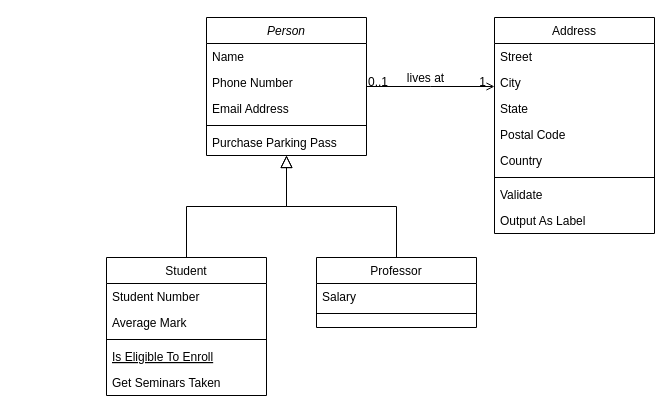
The draw.io diagram Diagrama sem nome.drawio in Isantos95/Isantos, before the edit. Source tidied: cells renumbered, new cells numbered last; positions are measured from the earlier drawing's top-left corner, leaving out a move shared by most shapes. Both pictures are drawn from the tidied source at 100%, with x=0, y=0 at pixel (106, 17).
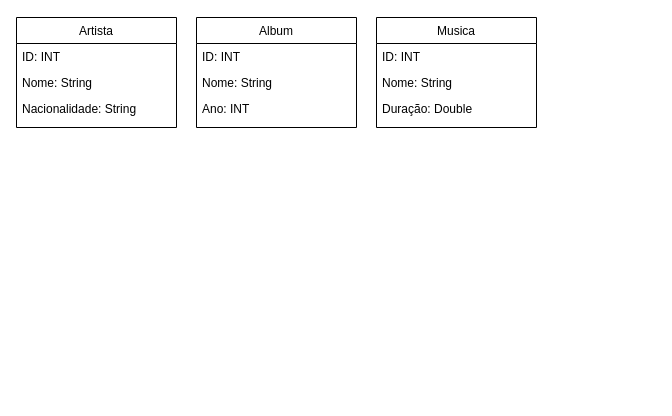
The same page after the edit.

The edit, as a diff of the source:
```diff
@@
-    <mxCell id="2" value="Person" style="swimlane;fontStyle=2;align=center;verticalAlign=top;horizontal=1;startSize=26;rounded=0;shadow=0;strokeWidth=1;" parent="1" vertex="1">
-      <mxGeometry x="100" width="160" height="138" as="geometry" />
+    <mxCell id="2" value="Artista" style="swimlane;fontStyle=0;align=center;verticalAlign=top;horizontal=1;startSize=26;rounded=0;shadow=0;strokeWidth=1;" parent="1" vertex="1">
+      <mxGeometry x="-90" width="160" height="110" as="geometry" />
     </mxCell>
-    <mxCell id="3" value="Name" style="text;align=left;verticalAlign=top;spacingLeft=4;spacingRight=4;overflow=hidden;" parent="2" vertex="1">
+    <mxCell id="3" value="ID: INT" style="text;align=left;verticalAlign=top;spacingLeft=4;spacingRight=4;overflow=hidden;" parent="2" vertex="1">
       <mxGeometry y="26" width="160" height="26" as="geometry" />
     </mxCell>
-    <mxCell id="4" value="Phone Number" style="text;align=left;verticalAlign=top;spacingLeft=4;spacingRight=4;overflow=hidden;rounded=0;shadow=0;html=0;" parent="2" vertex="1">
+    <mxCell id="4" value="Nome: String" style="text;align=left;verticalAlign=top;spacingLeft=4;spacingRight=4;overflow=hidden;rounded=0;shadow=0;html=0;" parent="2" vertex="1">
       <mxGeometry y="52" width="160" height="26" as="geometry" />
     </mxCell>
-    <mxCell id="5" value="Email Address" style="text;align=left;verticalAlign=top;spacingLeft=4;spacingRight=4;overflow=hidden;rounded=0;shadow=0;html=0;" parent="2" vertex="1">
+    <mxCell id="5" value="Nacionalidade: String" style="text;align=left;verticalAlign=top;spacingLeft=4;spacingRight=4;overflow=hidden;rounded=0;shadow=0;html=0;" parent="2" vertex="1">
       <mxGeometry y="78" width="160" height="26" as="geometry" />
     </mxCell>
-    <mxCell id="6" style="line;html=1;strokeWidth=1;align=left;verticalAlign=middle;spacingTop=-1;spacingLeft=3;spacingRight=3;labelPosition=right;" parent="2" vertex="1">
-      <mxGeometry y="104" width="160" height="8" as="geometry" />
-    </mxCell>
-    <mxCell id="7" value="Purchase Parking Pass" style="text;align=left;verticalAlign=top;spacingLeft=4;spacingRight=4;overflow=hidden;" parent="2" vertex="1">
-      <mxGeometry y="112" width="160" height="26" as="geometry" />
-    </mxCell>
-    <mxCell id="8" value="Student" style="swimlane;fontStyle=0;align=center;verticalAlign=top;horizontal=1;startSize=26;rounded=0;shadow=0;strokeWidth=1;" parent="1" vertex="1">
-      <mxGeometry y="240" width="160" height="138" as="geometry" />
+    <mxCell id="8" value="Album" style="swimlane;fontStyle=0;align=center;verticalAlign=top;horizontal=1;startSize=26;rounded=0;shadow=0;strokeWidth=1;" parent="1" vertex="1">
+      <mxGeometry x="90" width="160" height="110" as="geometry" />
     </mxCell>
-    <mxCell id="9" value="Student Number" style="text;align=left;verticalAlign=top;spacingLeft=4;spacingRight=4;overflow=hidden;" parent="8" vertex="1">
+    <mxCell id="9" value="ID: INT" style="text;align=left;verticalAlign=top;spacingLeft=4;spacingRight=4;overflow=hidden;" parent="8" vertex="1">
       <mxGeometry y="26" width="160" height="26" as="geometry" />
     </mxCell>
-    <mxCell id="10" value="Average Mark" style="text;align=left;verticalAlign=top;spacingLeft=4;spacingRight=4;overflow=hidden;rounded=0;shadow=0;html=0;" parent="8" vertex="1">
+    <mxCell id="10" value="Nome: String" style="text;align=left;verticalAlign=top;spacingLeft=4;spacingRight=4;overflow=hidden;rounded=0;shadow=0;html=0;" parent="8" vertex="1">
       <mxGeometry y="52" width="160" height="26" as="geometry" />
     </mxCell>
-    <mxCell id="11" style="line;html=1;strokeWidth=1;align=left;verticalAlign=middle;spacingTop=-1;spacingLeft=3;spacingRight=3;labelPosition=right;" parent="8" vertex="1">
-      <mxGeometry y="78" width="160" height="8" as="geometry" />
-    </mxCell>
-    <mxCell id="12" value="Is Eligible To Enroll" style="text;align=left;verticalAlign=top;spacingLeft=4;spacingRight=4;overflow=hidden;fontStyle=4;" parent="8" vertex="1">
-      <mxGeometry y="86" width="160" height="26" as="geometry" />
-    </mxCell>
-    <mxCell id="13" value="Get Seminars Taken" style="text;align=left;verticalAlign=top;spacingLeft=4;spacingRight=4;overflow=hidden;" parent="8" vertex="1">
-      <mxGeometry y="112" width="160" height="26" as="geometry" />
-    </mxCell>
-    <mxCell id="14" style="endArrow=block;endSize=10;endFill=0;shadow=0;strokeWidth=1;rounded=0;edgeStyle=elbowEdgeStyle;elbow=vertical;" parent="1" edge="1" source="8" target="2">
-      <mxGeometry relative="1" as="geometry" />
-    </mxCell>
-    <mxCell id="15" value="Professor" style="swimlane;fontStyle=0;align=center;verticalAlign=top;horizontal=1;startSize=26;rounded=0;shadow=0;strokeWidth=1;" parent="1" vertex="1">
-      <mxGeometry x="210" y="240" width="160" height="70" as="geometry" />
-    </mxCell>
-    <mxCell id="16" value="Salary" style="text;align=left;verticalAlign=top;spacingLeft=4;spacingRight=4;overflow=hidden;" parent="15" vertex="1">
-      <mxGeometry y="26" width="160" height="26" as="geometry" />
-    </mxCell>
-    <mxCell id="17" style="line;html=1;strokeWidth=1;align=left;verticalAlign=middle;spacingTop=-1;spacingLeft=3;spacingRight=3;labelPosition=right;" parent="15" vertex="1">
-      <mxGeometry y="52" width="160" height="8" as="geometry" />
-    </mxCell>
-    <mxCell id="18" style="endArrow=block;endSize=10;endFill=0;shadow=0;strokeWidth=1;rounded=0;edgeStyle=elbowEdgeStyle;elbow=vertical;" parent="1" edge="1" source="15" target="2">
-      <mxGeometry relative="1" as="geometry" />
-    </mxCell>
+    <mxCell id="32" value="Ano: INT" style="text;align=left;verticalAlign=top;spacingLeft=4;spacingRight=4;overflow=hidden;rounded=0;shadow=0;html=0;" parent="8" vertex="1">
+      <mxGeometry y="78" width="160" height="26" as="geometry" />
+    </mxCell>
-    <mxCell id="19" value="Address" style="swimlane;fontStyle=0;align=center;verticalAlign=top;horizontal=1;startSize=26;rounded=0;shadow=0;strokeWidth=1;" parent="1" vertex="1">
-      <mxGeometry x="388" width="160" height="216" as="geometry" />
+    <mxCell id="19" value="Musica" style="swimlane;fontStyle=0;align=center;verticalAlign=top;horizontal=1;startSize=26;rounded=0;shadow=0;strokeWidth=1;" parent="1" vertex="1">
+      <mxGeometry x="270" width="160" height="110" as="geometry" />
     </mxCell>
-    <mxCell id="20" value="Street" style="text;align=left;verticalAlign=top;spacingLeft=4;spacingRight=4;overflow=hidden;" parent="19" vertex="1">
+    <mxCell id="20" value="ID: INT" style="text;align=left;verticalAlign=top;spacingLeft=4;spacingRight=4;overflow=hidden;" parent="19" vertex="1">
       <mxGeometry y="26" width="160" height="26" as="geometry" />
     </mxCell>
-    <mxCell id="21" value="City" style="text;align=left;verticalAlign=top;spacingLeft=4;spacingRight=4;overflow=hidden;rounded=0;shadow=0;html=0;" parent="19" vertex="1">
+    <mxCell id="21" value="Nome: String" style="text;align=left;verticalAlign=top;spacingLeft=4;spacingRight=4;overflow=hidden;rounded=0;shadow=0;html=0;" parent="19" vertex="1">
       <mxGeometry y="52" width="160" height="26" as="geometry" />
     </mxCell>
-    <mxCell id="22" value="State" style="text;align=left;verticalAlign=top;spacingLeft=4;spacingRight=4;overflow=hidden;rounded=0;shadow=0;html=0;" parent="19" vertex="1">
+    <mxCell id="22" value="Duração: Double" style="text;align=left;verticalAlign=top;spacingLeft=4;spacingRight=4;overflow=hidden;rounded=0;shadow=0;html=0;" parent="19" vertex="1">
       <mxGeometry y="78" width="160" height="26" as="geometry" />
     </mxCell>
-    <mxCell id="23" value="Postal Code" style="text;align=left;verticalAlign=top;spacingLeft=4;spacingRight=4;overflow=hidden;rounded=0;shadow=0;html=0;" parent="19" vertex="1">
-      <mxGeometry y="104" width="160" height="26" as="geometry" />
-    </mxCell>
-    <mxCell id="24" value="Country" style="text;align=left;verticalAlign=top;spacingLeft=4;spacingRight=4;overflow=hidden;rounded=0;shadow=0;html=0;" parent="19" vertex="1">
-      <mxGeometry y="130" width="160" height="26" as="geometry" />
-    </mxCell>
-    <mxCell id="25" style="line;html=1;strokeWidth=1;align=left;verticalAlign=middle;spacingTop=-1;spacingLeft=3;spacingRight=3;labelPosition=right;" parent="19" vertex="1">
-      <mxGeometry y="156" width="160" height="8" as="geometry" />
-    </mxCell>
-    <mxCell id="26" value="Validate" style="text;align=left;verticalAlign=top;spacingLeft=4;spacingRight=4;overflow=hidden;" parent="19" vertex="1">
-      <mxGeometry y="164" width="160" height="26" as="geometry" />
-    </mxCell>
-    <mxCell id="27" value="Output As Label" style="text;align=left;verticalAlign=top;spacingLeft=4;spacingRight=4;overflow=hidden;" parent="19" vertex="1">
-      <mxGeometry y="190" width="160" height="26" as="geometry" />
-    </mxCell>
-    <mxCell id="28" style="endArrow=open;shadow=0;strokeWidth=1;rounded=0;endFill=1;edgeStyle=elbowEdgeStyle;elbow=vertical;" parent="1" edge="1" source="2" target="19">
-      <mxGeometry x="0.5" y="41" relative="1" as="geometry">
-        <mxPoint x="-40" y="32" as="offset" />
-      </mxGeometry>
-    </mxCell>
-    <mxCell id="29" value="0..1" style="align=left;verticalAlign=bottom;labelBackgroundColor=none;fontSize=12;" parent="28" vertex="1">
-      <mxGeometry x="-1" relative="1" as="geometry">
-        <mxPoint y="4" as="offset" />
-      </mxGeometry>
-    </mxCell>
-    <mxCell id="30" value="1" style="align=right;verticalAlign=bottom;labelBackgroundColor=none;fontSize=12;" parent="28" vertex="1">
-      <mxGeometry x="1" relative="1" as="geometry">
-        <mxPoint x="-7" y="4" as="offset" />
-      </mxGeometry>
-    </mxCell>
-    <mxCell id="31" value="lives at" style="text;html=1;align=center;verticalAlign=middle;labelBackgroundColor=none;rounded=0;shadow=0;strokeWidth=1;fontSize=12;" parent="28" vertex="1">
-      <mxGeometry x="0.5" y="49" relative="1" as="geometry">
-        <mxPoint x="-38" y="40" as="offset" />
-      </mxGeometry>
-    </mxCell>
```
